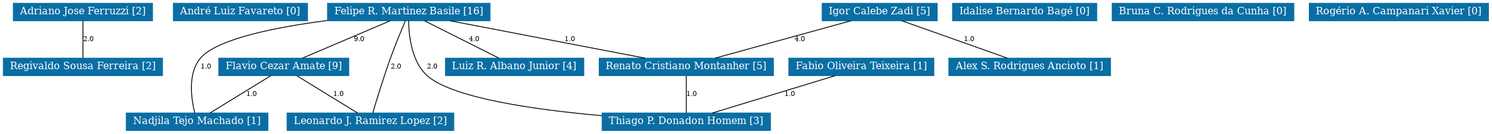
This is grafoDeColaboracoesComPesos.png from Data-Science-Research/colaboracaoacademicaGITES, a Graphviz export, as it was before one commit. Its source is kept beside it as grafoDeColaboracoesComPesos.dot.
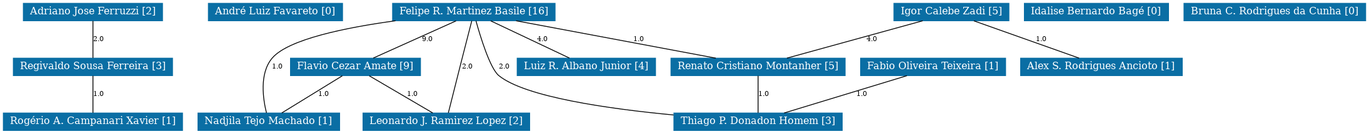
After the change.

Change to the diagram source:
```diff
@@ -1,5 +1,5 @@
 strict graph grafo2 {
-	graph [bb="0,0,1782,153",
+	graph [bb="0,0,1634.5,153",
 		id=grafo2,
 		overlap=False
 	];
@@ -13,163 +13,167 @@
 		fontcolor="#FFFFFF",
 		height=0.29167,
 		label="Adriano Jose Ferruzzi [2]",
-		pos="95.5,142.5",
+		pos="107.5,142.5",
 		width=2.3194];
 	8	[URL="membro-8291123108448027.html",
 		color="#0A6EA4",
 		fontcolor="#FFFFFF",
 		height=0.29167,
-		label="Regivaldo Sousa Ferreira [2]",
-		pos="95.5,76.5",
+		label="Regivaldo Sousa Ferreira [3]",
+		pos="107.5,76.5",
 		width=2.6528];
 	0 -- 8	[fontsize=8,
 		label=2.0,
-		lp="102,109.5",
-		pos="95.5,131.78 95.5,119.75 95.5,99.383 95.5,87.312"];
+		lp="114,109.5",
+		pos="107.5,131.78 107.5,119.75 107.5,99.383 107.5,87.312"];
+	12	[URL="membro-5904768897181890.html",
+		color="#0A6EA4",
+		fontcolor="#FFFFFF",
+		height=0.29167,
+		label="Rogério A. Campanari Xavier [1]",
+		pos="107.5,10.5",
+		width=2.9861];
+	8 -- 12	[fontsize=8,
+		label=1.0,
+		lp="114,43.5",
+		pos="107.5,65.78 107.5,53.751 107.5,33.383 107.5,21.312"];
 	1	[URL="membro-1741814375809802.html",
 		color="#0A6EA4",
 		fontcolor="#FFFFFF",
 		height=0.29167,
 		label="André Luiz Favareto [0]",
-		pos="284.5,142.5",
+		pos="326.5,142.5",
 		width=2.2361];
 	2	[URL="membro-9543740522912391.html",
 		color="#0A6EA4",
 		fontcolor="#FFFFFF",
 		height=0.29167,
 		label="Fabio Oliveira Teixeira [1]",
-		pos="1029.5,76.5",
+		pos="1115.5,76.5",
 		width=2.4167];
 	13	[URL="membro-6109272293288485.html",
 		color="#0A6EA4",
 		fontcolor="#FFFFFF",
 		height=0.29167,
 		label="Thiago P. Donadon Homem [3]",
-		pos="819.5,10.5",
+		pos="905.5,10.5",
 		width=2.8056];
 	2 -- 13	[fontsize=8,
 		label=1.0,
-		lp="944,43.5",
-		pos="998.06,65.919 958.36,53.818 890.45,33.124 850.81,21.042"];
+		lp="1030,43.5",
+		pos="1084.1,65.919 1044.4,53.818 976.45,33.124 936.81,21.042"];
 	3	[URL="membro-6413817150886826.html",
 		color="#0A6EA4",
 		fontcolor="#FFFFFF",
 		height=0.29167,
 		label="Felipe R. Martinez Basile [16]",
-		pos="486.5,142.5",
+		pos="564.5,142.5",
 		width=2.7083];
 	3 -- 13	[fontsize=8,
 		label=2.0,
-		lp="515,76.5",
-		pos="486.28,131.97 486.48,115.81 489.38,83.124 508.5,66 538.97,38.71 639.62,24.716 718.26,17.79"];
+		lp="601,76.5",
+		pos="567.06,131.88 572.13,113.54 583.89,74.635 594.5,66 626.12,40.269 726,26.039 804.13,18.633"];
 	4	[URL="membro-8976791755900010.html",
 		color="#0A6EA4",
 		fontcolor="#FFFFFF",
 		height=0.29167,
 		label="Flavio Cezar Amate [9]",
-		pos="336.5,76.5",
+		pos="422.5,76.5",
 		width=2.1667];
 	3 -- 4	[fontsize=8,
 		label=9.0,
-		lp="427,109.5",
-		pos="464.04,131.92 435.77,119.85 387.46,99.243 359.11,87.147"];
+		lp="509,109.5",
+		pos="543.24,131.92 516.47,119.85 470.74,99.243 443.9,87.147"];
 	7	[URL="membro-8754322948547165.html",
 		color="#0A6EA4",
 		fontcolor="#FFFFFF",
 		height=0.29167,
 		label="Luiz R. Albano Junior [4]",
-		pos="613.5,76.5",
+		pos="699.5,76.5",
 		width=2.3056];
 	3 -- 7	[fontsize=8,
 		label=4.0,
-		lp="565,109.5",
-		pos="505.51,131.92 529.46,119.85 570.35,99.243 594.36,87.147"];
+		lp="647,109.5",
+		pos="584.71,131.92 610.16,119.85 653.64,99.243 679.15,87.147"];
 	9	[URL="membro-0270118728577579.html",
 		color="#0A6EA4",
 		fontcolor="#FFFFFF",
 		height=0.29167,
 		label="Renato Cristiano Montanher [5]",
-		pos="819.5,76.5",
+		pos="905.5,76.5",
 		width=2.9028];
 	3 -- 9	[fontsize=8,
 		label=1.0,
-		lp="680,109.5",
-		pos="535.99,131.99 598.95,119.89 707.05,99.113 770.01,87.012"];
+		lp="762,109.5",
+		pos="615.18,131.99 679.66,119.89 790.35,99.113 854.82,87.012"];
 	14	[URL="membro-0112108049902805.html",
 		color="#0A6EA4",
 		fontcolor="#FFFFFF",
 		height=0.29167,
 		label="Nadjila Tejo Machado [1]",
-		pos="232.5,10.5",
+		pos="318.5,10.5",
 		width=2.3611];
 	3 -- 14	[fontsize=8,
 		label=1.0,
-		lp="243,76.5",
-		pos="388.77,132.32 327.45,124.37 256.35,110.35 236.5,87 220.69,68.398 225.74,36.971 229.69,21.175"];
+		lp="329,76.5",
+		pos="470.51,132 410.99,123.87 341.74,109.79 322.5,87 306.75,68.344 311.78,36.942 315.7,21.163"];
 	15	[URL="membro-4323140190774391.html",
 		color="#0A6EA4",
 		fontcolor="#FFFFFF",
 		height=0.29167,
 		label="Leonardo J. Ramirez Lopez [2]",
-		pos="440.5,10.5",
+		pos="531.5,10.5",
 		width=2.7778];
 	3 -- 15	[fontsize=8,
 		label=2.0,
-		lp="471,76.5",
-		pos="482.38,131.94 477.79,121.12 470.24,102.94 464.5,87 456.11,63.708 447.65,35.844 443.37,21.353"];
+		lp="557,76.5",
+		pos="562.01,131.86 559.2,120.97 554.5,102.72 550.5,87 544.5,63.421 537.55,35.674 533.94,21.277"];
 	4 -- 14	[fontsize=8,
 		label=1.0,
-		lp="298,43.5",
-		pos="320.7,65.78 301.04,53.681 267.67,33.146 248.1,21.102"];
+		lp="384,43.5",
+		pos="406.7,65.78 387.04,53.681 353.67,33.146 334.1,21.102"];
 	4 -- 15	[fontsize=8,
 		label=1.0,
-		lp="402,43.5",
-		pos="352.3,65.78 371.96,53.681 405.33,33.146 424.9,21.102"];
+		lp="491,43.5",
+		pos="439.05,65.78 459.66,53.681 494.63,33.146 515.15,21.102"];
 	9 -- 13	[fontsize=8,
 		label=1.0,
-		lp="826,43.5",
-		pos="819.5,65.78 819.5,53.751 819.5,33.383 819.5,21.312"];
+		lp="912,43.5",
+		pos="905.5,65.78 905.5,53.751 905.5,33.383 905.5,21.312"];
 	5	[URL="membro-0255523082900191.html",
 		color="#0A6EA4",
 		fontcolor="#FFFFFF",
 		height=0.29167,
 		label="Idalise Bernardo Bagé [0]",
-		pos="1225.5,142.5",
+		pos="1311.5,142.5",
 		width=2.4028];
 	6	[URL="membro-0150761926799891.html",
 		color="#0A6EA4",
 		fontcolor="#FFFFFF",
 		height=0.29167,
 		label="Igor Calebe Zadi [5]",
-		pos="1051.5,142.5",
+		pos="1137.5,142.5",
 		width=1.9167];
 	6 -- 9	[fontsize=8,
 		label=4.0,
-		lp="956,109.5",
-		pos="1017,131.99 973.22,119.9 898.06,99.172 854.17,87.065"];
+		lp="1042,109.5",
+		pos="1103,131.99 1059.2,119.9 984.06,99.172 940.17,87.065"];
 	10	[URL="membro-7290375482443455.html",
 		color="#0A6EA4",
 		fontcolor="#FFFFFF",
 		height=0.29167,
 		label="Alex S. Rodrigues Ancioto [1]",
-		pos="1231.5,76.5",
+		pos="1317.5,76.5",
 		width=2.6944];
 	6 -- 10	[fontsize=8,
 		label=1.0,
-		lp="1159,109.5",
-		pos="1078.4,131.92 1112.5,119.82 1170.7,99.124 1204.7,87.042"];
+		lp="1245,109.5",
+		pos="1164.4,131.92 1198.5,119.82 1256.7,99.124 1290.7,87.042"];
 	11	[URL="membro-5631261956953546.html",
 		color="#0A6EA4",
 		fontcolor="#FFFFFF",
 		height=0.29167,
 		label="Bruna C. Rodrigues da Cunha [0]",
-		pos="1439.5,142.5",
+		pos="1525.5,142.5",
 		width=3.0278];
-	12	[URL="membro-5904768897181890.html",
-		color="#0A6EA4",
-		fontcolor="#FFFFFF",
-		height=0.29167,
-		label="Rogério A. Campanari Xavier [0]",
-		pos="1674.5,142.5",
-		width=2.9861];
 }
```
